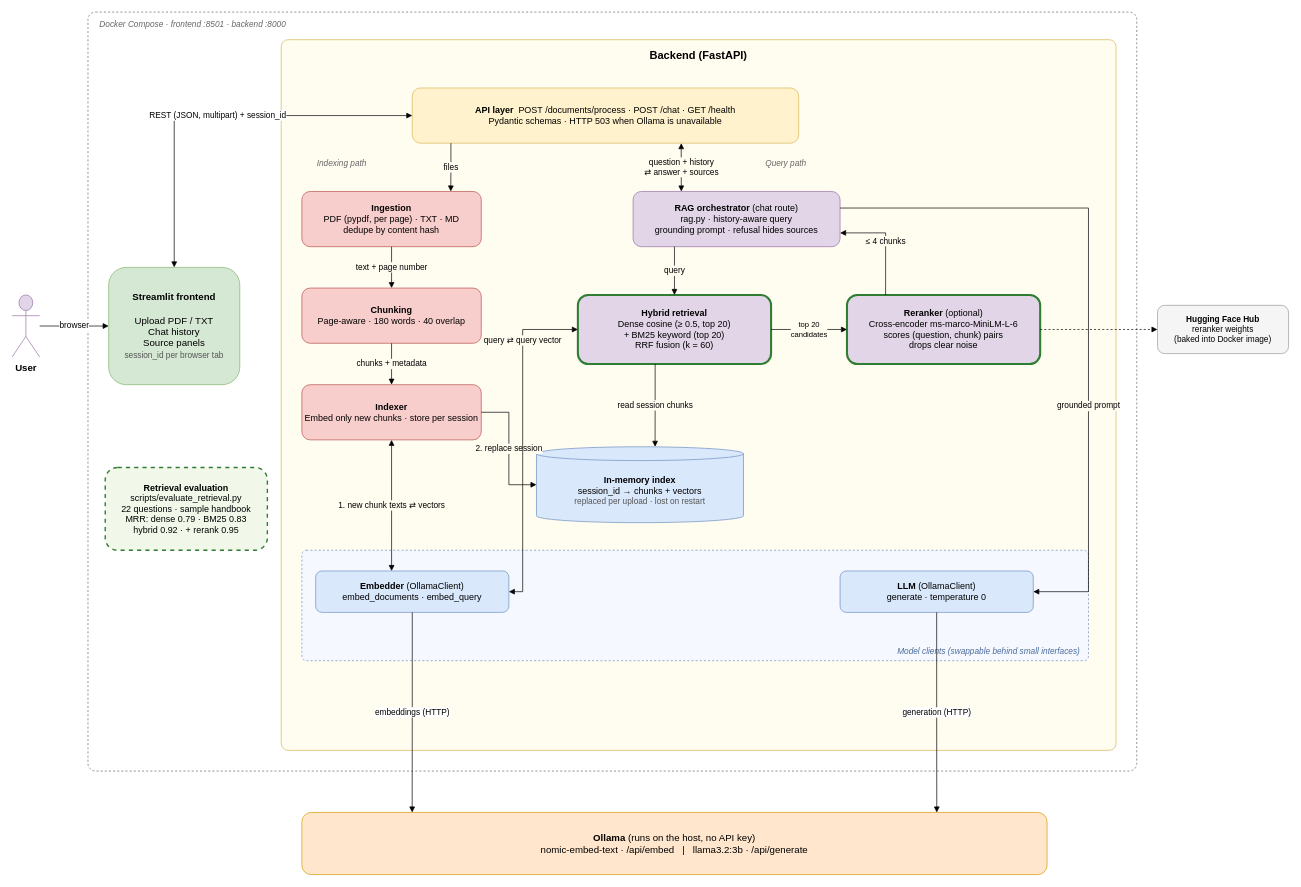
The draw.io diagram docs/architecture.drawio in elhamva/rag-document-assistant, before the edit. Source tidied: cells renumbered, new cells numbered last; positions are measured from the earlier drawing's top-left corner, leaving out a move shared by most shapes. Both pictures are drawn from the tidied source at 69%, with x=0, y=0 at pixel (12, 12).
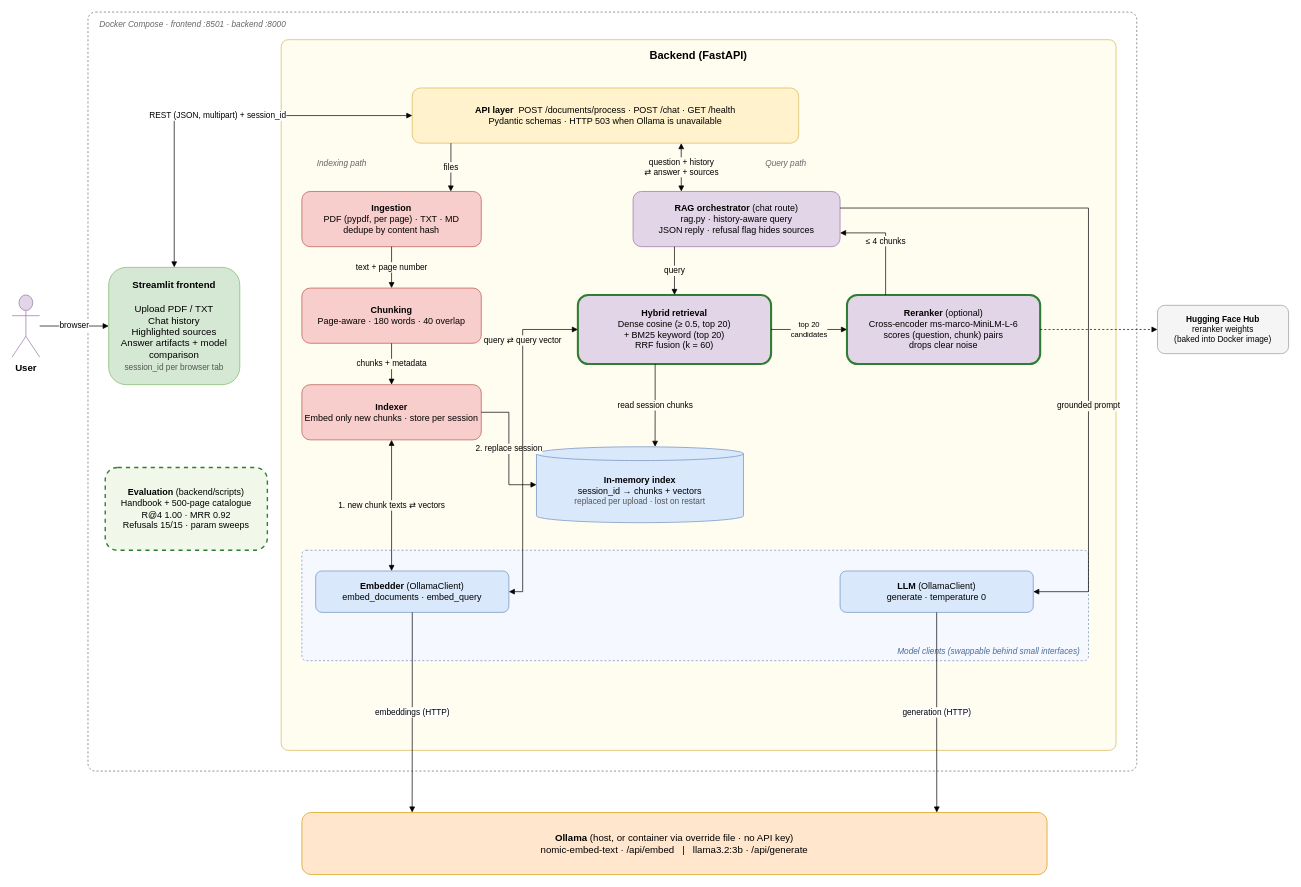
After the change.

Commit message (it also covers changes not shown here):
Add rich citations and model comparison

Change to the diagram source:
```diff
@@
-    <mxCell id="7" value="&lt;b&gt;Streamlit frontend&lt;/b&gt;&lt;br&gt;&lt;br&gt;Upload PDF / TXT&lt;br&gt;Chat history&lt;br&gt;Source panels&lt;br&gt;&lt;font style=&quot;font-size: 12px&quot; color=&quot;#555555&quot;&gt;session_id per browser tab&lt;/font&gt;" style="rounded=1;whiteSpace=wrap;html=1;fillColor=#d5e8d4;strokeColor=#82b366;fontSize=14;" parent="1" vertex="1">
+    <mxCell id="7" value="&lt;b&gt;Streamlit frontend&lt;/b&gt;&lt;br&gt;&lt;br&gt;Upload PDF / TXT&lt;br&gt;Chat history&lt;br&gt;Highlighted sources&lt;br&gt;Answer artifacts + model comparison&lt;br&gt;&lt;font style=&quot;font-size: 12px&quot; color=&quot;#555555&quot;&gt;session_id per browser tab&lt;/font&gt;" style="rounded=1;whiteSpace=wrap;html=1;fillColor=#d5e8d4;strokeColor=#82b366;fontSize=14;" parent="1" vertex="1">
       <mxGeometry x="140" y="370" width="190" height="170" as="geometry" />
     </mxCell>
-    <mxCell id="8" value="&lt;b&gt;Retrieval evaluation&lt;/b&gt;&lt;br&gt;scripts/evaluate_retrieval.py&lt;br&gt;22 questions · sample handbook&lt;br&gt;MRR: dense 0.79 · BM25 0.83&lt;br&gt;hybrid 0.92 · + rerank 0.95" style="rounded=1;whiteSpace=wrap;html=1;dashed=1;fillColor=#f1f8e9;strokeColor=#2e7d32;strokeWidth=2;fontSize=13;" parent="1" vertex="1">
+    <mxCell id="8" value="&lt;b&gt;Evaluation&lt;/b&gt; (backend/scripts)&lt;br&gt;Handbook + 500-page catalogue&lt;br&gt;R@4 1.00 · MRR 0.92&lt;br&gt;Refusals 15/15 · param sweeps" style="rounded=1;whiteSpace=wrap;html=1;dashed=1;fillColor=#f1f8e9;strokeColor=#2e7d32;strokeWidth=2;fontSize=13;" parent="1" vertex="1">
       <mxGeometry x="135" y="660" width="235" height="120" as="geometry" />
     </mxCell>
@@
-    <mxCell id="16" value="&lt;b&gt;RAG orchestrator&lt;/b&gt; (chat route)&lt;br&gt;rag.py · history-aware query&lt;br&gt;grounding prompt · refusal hides sources" style="rounded=1;whiteSpace=wrap;html=1;fillColor=#e1d5e7;strokeColor=#9673a6;fontSize=13;" parent="1" vertex="1">
+    <mxCell id="16" value="&lt;b&gt;RAG orchestrator&lt;/b&gt; (chat route)&lt;br&gt;rag.py · history-aware query&lt;br&gt;JSON reply · refusal flag hides sources" style="rounded=1;whiteSpace=wrap;html=1;fillColor=#e1d5e7;strokeColor=#9673a6;fontSize=13;" parent="1" vertex="1">
       <mxGeometry x="900" y="260" width="300" height="80" as="geometry" />
     </mxCell>
@@
-    <mxCell id="21" value="&lt;b&gt;Ollama&lt;/b&gt; (runs on the host, no API key)&lt;br&gt;nomic-embed-text · /api/embed&amp;nbsp;&amp;nbsp;&amp;nbsp;|&amp;nbsp;&amp;nbsp;&amp;nbsp;llama3.2:3b · /api/generate" style="rounded=1;whiteSpace=wrap;html=1;fillColor=#ffe6cc;strokeColor=#d79b00;fontSize=14;" parent="1" vertex="1">
+    <mxCell id="21" value="&lt;b&gt;Ollama&lt;/b&gt; (host, or container via override file · no API key)&lt;br&gt;nomic-embed-text · /api/embed&amp;nbsp;&amp;nbsp;&amp;nbsp;|&amp;nbsp;&amp;nbsp;&amp;nbsp;llama3.2:3b · /api/generate" style="rounded=1;whiteSpace=wrap;html=1;fillColor=#ffe6cc;strokeColor=#d79b00;fontSize=14;" parent="1" vertex="1">
       <mxGeometry x="420" y="1160" width="1080" height="90" as="geometry" />
     </mxCell>
```
